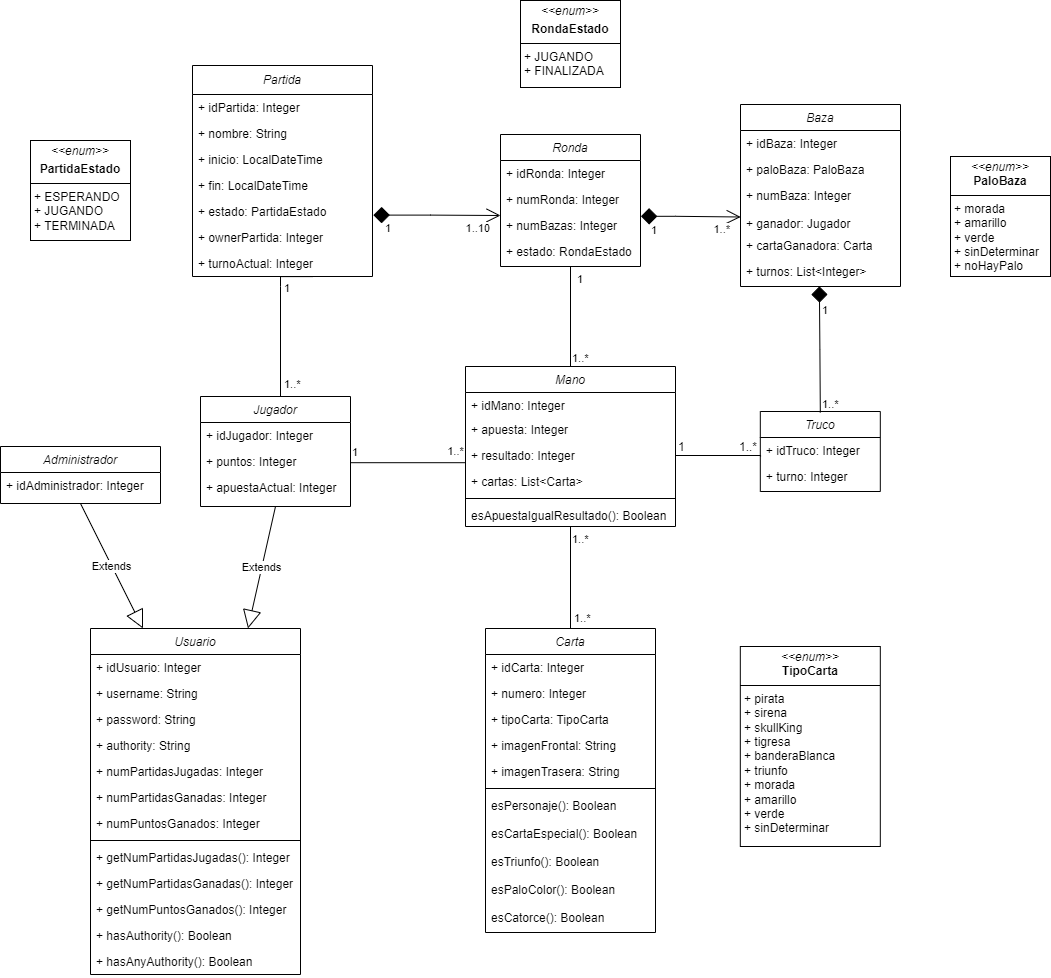
This is docs/diagrams/Diagrama_de_dominio_UML.png from Cristinafernandezchica/skullking, a draw.io export, as it was before one commit. Source tidied: cells renumbered, new cells last; positions are measured from the earlier drawing's top-left corner, leaving out a move shared by most shapes.
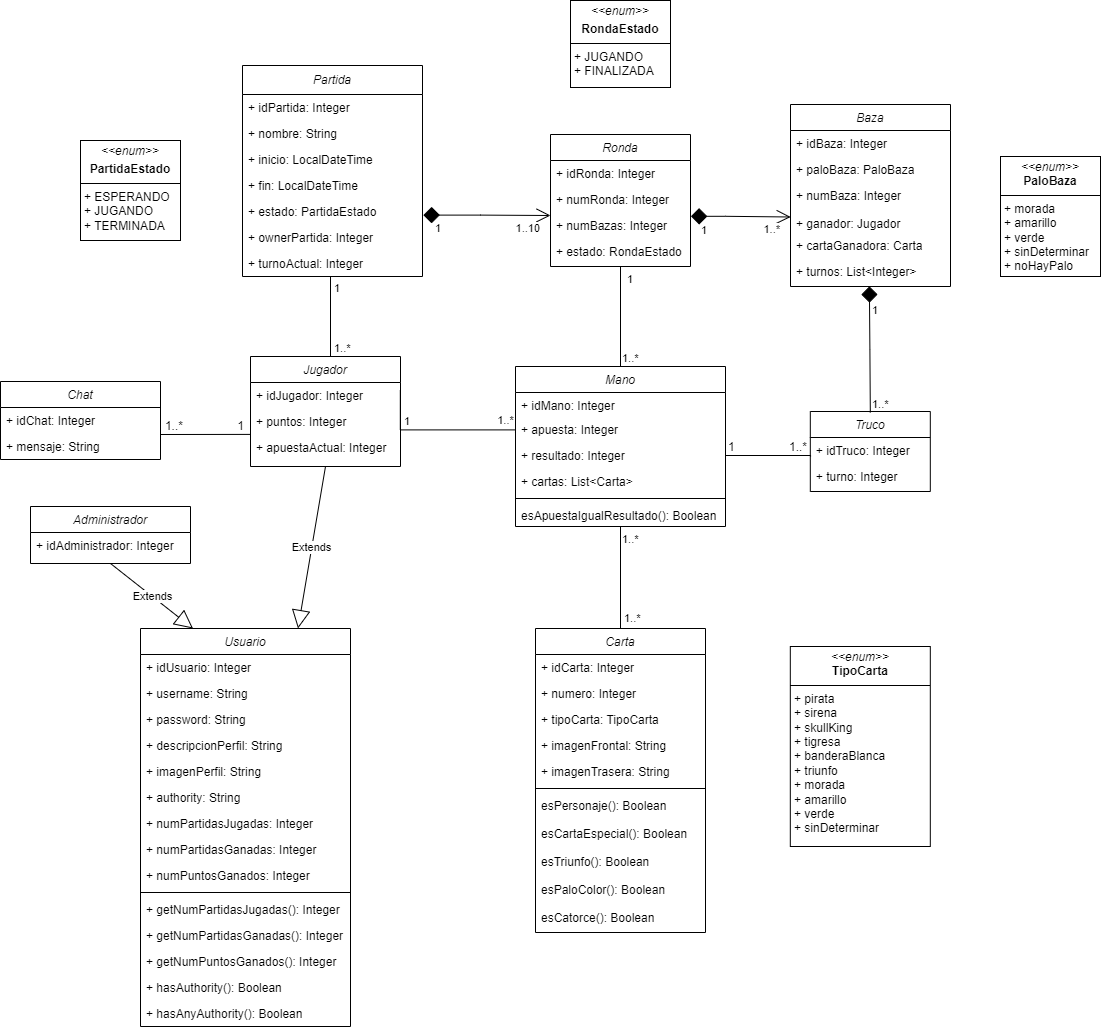
Above is the later version.

Change to the diagram source:
```diff
@@ -27,7 +27,7 @@
       <mxGeometry y="185" width="180" height="26" as="geometry" />
     </mxCell>
     <mxCell id="10" value="Jugador" style="swimlane;fontStyle=2;align=center;verticalAlign=top;horizontal=1;startSize=26;rounded=0;shadow=0;strokeWidth=1;" parent="1" vertex="1">
-      <mxGeometry x="200" y="396" width="150" height="110" as="geometry" />
+      <mxGeometry x="200" y="356" width="150" height="110" as="geometry" />
     </mxCell>
     <mxCell id="11" value="+ idJugador: Integer" style="text;align=left;verticalAlign=top;spacingLeft=4;spacingRight=4;overflow=hidden;" parent="10" vertex="1">
       <mxGeometry y="26" width="150" height="26" as="geometry" />
@@ -129,17 +129,19 @@
         <mxPoint x="-10" as="offset" />
       </mxGeometry>
     </mxCell>
-    <mxCell id="37" style="endArrow=none;endFill=0;html=1;edgeStyle=orthogonalEdgeStyle;align=left;verticalAlign=top;rounded=0;exitX=0.75;exitY=0.964;exitDx=0;exitDy=0;entryX=0.999;entryY=0.546;entryDx=0;entryDy=0;entryPerimeter=0;exitPerimeter=0;" parent="1" edge="1" source="87" target="12">
+    <mxCell id="37" style="endArrow=none;endFill=0;html=1;edgeStyle=orthogonalEdgeStyle;align=left;verticalAlign=top;rounded=0;exitX=0.75;exitY=0.964;exitDx=0;exitDy=0;entryX=0.999;entryY=0.546;entryDx=0;entryDy=0;entryPerimeter=0;exitPerimeter=0;" parent="1" edge="1">
       <mxGeometry x="-0.8" y="11" relative="1" as="geometry">
+        <mxPoint x="465" y="432.4" as="sourcePoint" />
+        <mxPoint x="349.8" y="389.6" as="targetPoint" />
         <Array as="points">
-          <mxPoint x="465" y="462" />
-          <mxPoint x="350" y="462" />
+          <mxPoint x="465" y="429.4" />
+          <mxPoint x="350" y="429.4" />
         </Array>
       </mxGeometry>
     </mxCell>
     <mxCell id="38" value="1" style="edgeLabel;html=1;align=left;verticalAlign=bottom;" parent="37" vertex="1">
       <mxGeometry x="-1" relative="1" as="geometry">
-        <mxPoint x="-115" y="-5" as="offset" />
+        <mxPoint x="-113" y="-3" as="offset" />
       </mxGeometry>
     </mxCell>
     <mxCell id="39" value="Mano" style="swimlane;fontStyle=2;align=center;verticalAlign=top;horizontal=1;startSize=26;rounded=0;shadow=0;strokeWidth=1;" parent="1" vertex="1">
@@ -234,22 +236,21 @@
         <mxPoint y="100" as="offset" />
       </mxGeometry>
     </mxCell>
-    <mxCell id="65" style="endArrow=none;endFill=0;html=1;edgeStyle=orthogonalEdgeStyle;align=left;verticalAlign=top;rounded=0;entryX=0.5;entryY=0;entryDx=0;entryDy=0;exitX=0.665;exitY=1.004;exitDx=0;exitDy=0;exitPerimeter=0;" parent="1" edge="1" source="9" target="10">
+    <mxCell id="65" style="endArrow=none;endFill=0;html=1;edgeStyle=orthogonalEdgeStyle;align=left;verticalAlign=top;rounded=0;entryX=0.5;entryY=0;entryDx=0;entryDy=0;" parent="1" edge="1" target="10">
       <mxGeometry x="-0.68" y="10" relative="1" as="geometry">
+        <mxPoint x="280" y="276" as="sourcePoint" />
         <Array as="points">
-          <mxPoint x="280" y="286" />
-          <mxPoint x="280" y="286" />
-          <mxPoint x="280" y="396" />
+          <mxPoint x="280" y="356" />
         </Array>
       </mxGeometry>
     </mxCell>
     <mxCell id="66" value="1..*" style="edgeLabel;html=1;align=left;verticalAlign=bottom;" parent="65" vertex="1">
       <mxGeometry x="-1" relative="1" as="geometry">
-        <mxPoint x="-30" y="116" as="offset" />
+        <mxPoint x="2" y="80" as="offset" />
       </mxGeometry>
     </mxCell>
     <mxCell id="67" value="Usuario" style="swimlane;fontStyle=2;align=center;verticalAlign=top;horizontal=1;startSize=26;rounded=0;shadow=0;strokeWidth=1;" parent="1" vertex="1">
-      <mxGeometry x="90" y="628" width="210" height="346" as="geometry" />
+      <mxGeometry x="90" y="628" width="210" height="398" as="geometry" />
     </mxCell>
     <mxCell id="68" value="+ idUsuario: Integer" style="text;align=left;verticalAlign=top;spacingLeft=4;spacingRight=4;overflow=hidden;" parent="67" vertex="1">
       <mxGeometry y="26" width="210" height="26" as="geometry" />
@@ -260,41 +261,47 @@
     <mxCell id="70" value="+ password: String" style="text;align=left;verticalAlign=top;spacingLeft=4;spacingRight=4;overflow=hidden;rounded=0;shadow=0;html=0;" parent="67" vertex="1">
       <mxGeometry y="78" width="210" height="26" as="geometry" />
     </mxCell>
+    <mxCell id="91" value="+ descripcionPerfil: String" style="text;align=left;verticalAlign=top;spacingLeft=4;spacingRight=4;overflow=hidden;rounded=0;shadow=0;html=0;" parent="67" vertex="1">
+      <mxGeometry y="104" width="210" height="26" as="geometry" />
+    </mxCell>
+    <mxCell id="92" value="+ imagenPerfil: String" style="text;align=left;verticalAlign=top;spacingLeft=4;spacingRight=4;overflow=hidden;rounded=0;shadow=0;html=0;" parent="67" vertex="1">
+      <mxGeometry y="130" width="210" height="26" as="geometry" />
+    </mxCell>
     <mxCell id="71" value="+ authority: String" style="text;align=left;verticalAlign=top;spacingLeft=4;spacingRight=4;overflow=hidden;rounded=0;shadow=0;html=0;" parent="67" vertex="1">
-      <mxGeometry y="104" width="210" height="26" as="geometry" />
+      <mxGeometry y="156" width="210" height="26" as="geometry" />
     </mxCell>
     <mxCell id="72" value="+ numPartidasJugadas: Integer" style="text;align=left;verticalAlign=top;spacingLeft=4;spacingRight=4;overflow=hidden;rounded=0;shadow=0;html=0;" parent="67" vertex="1">
-      <mxGeometry y="130" width="210" height="26" as="geometry" />
+      <mxGeometry y="182" width="210" height="26" as="geometry" />
     </mxCell>
     <mxCell id="73" value="+ numPartidasGanadas: Integer" style="text;align=left;verticalAlign=top;spacingLeft=4;spacingRight=4;overflow=hidden;rounded=0;shadow=0;html=0;" parent="67" vertex="1">
-      <mxGeometry y="156" width="210" height="26" as="geometry" />
+      <mxGeometry y="208" width="210" height="26" as="geometry" />
     </mxCell>
     <mxCell id="74" value="+ numPuntosGanados: Integer" style="text;align=left;verticalAlign=top;spacingLeft=4;spacingRight=4;overflow=hidden;rounded=0;shadow=0;html=0;" parent="67" vertex="1">
-      <mxGeometry y="182" width="210" height="26" as="geometry" />
+      <mxGeometry y="234" width="210" height="26" as="geometry" />
     </mxCell>
     <mxCell id="75" style="line;html=1;strokeWidth=1;align=left;verticalAlign=middle;spacingTop=-1;spacingLeft=3;spacingRight=3;labelPosition=right;" parent="67" vertex="1">
-      <mxGeometry y="208" width="210" height="8" as="geometry" />
+      <mxGeometry y="260" width="210" height="8" as="geometry" />
     </mxCell>
     <mxCell id="76" value="+ getNumPartidasJugadas(): Integer" style="text;align=left;verticalAlign=top;spacingLeft=4;spacingRight=4;overflow=hidden;rounded=0;shadow=0;html=0;" parent="67" vertex="1">
-      <mxGeometry y="216" width="210" height="26" as="geometry" />
+      <mxGeometry y="268" width="210" height="26" as="geometry" />
     </mxCell>
     <mxCell id="77" value="+ getNumPartidasGanadas(): Integer" style="text;align=left;verticalAlign=top;spacingLeft=4;spacingRight=4;overflow=hidden;rounded=0;shadow=0;html=0;" parent="67" vertex="1">
-      <mxGeometry y="242" width="210" height="26" as="geometry" />
+      <mxGeometry y="294" width="210" height="26" as="geometry" />
     </mxCell>
     <mxCell id="78" value="+ getNumPuntosGanados(): Integer" style="text;align=left;verticalAlign=top;spacingLeft=4;spacingRight=4;overflow=hidden;rounded=0;shadow=0;html=0;" parent="67" vertex="1">
-      <mxGeometry y="268" width="210" height="26" as="geometry" />
+      <mxGeometry y="320" width="210" height="26" as="geometry" />
     </mxCell>
     <mxCell id="79" value="+ hasAuthority(): Boolean" style="text;align=left;verticalAlign=top;spacingLeft=4;spacingRight=4;overflow=hidden;rounded=0;shadow=0;html=0;" parent="67" vertex="1">
-      <mxGeometry y="294" width="210" height="26" as="geometry" />
+      <mxGeometry y="346" width="210" height="26" as="geometry" />
     </mxCell>
     <mxCell id="80" value="+ hasAnyAuthority(): Boolean" style="text;align=left;verticalAlign=top;spacingLeft=4;spacingRight=4;overflow=hidden;rounded=0;shadow=0;html=0;" parent="67" vertex="1">
-      <mxGeometry y="320" width="210" height="26" as="geometry" />
+      <mxGeometry y="372" width="210" height="26" as="geometry" />
     </mxCell>
     <mxCell id="81" value="&lt;p style=&quot;margin:0px;margin-top:4px;text-align:center;&quot;&gt;&lt;i&gt;&amp;lt;&amp;lt;enum&amp;gt;&amp;gt;&lt;/i&gt;&lt;br&gt;&lt;span style=&quot;text-align: left; text-wrap: nowrap;&quot;&gt;&lt;b&gt;TipoCarta&lt;/b&gt;&lt;/span&gt;&lt;br&gt;&lt;/p&gt;&lt;hr size=&quot;1&quot; style=&quot;border-style:solid;&quot;&gt;&lt;p style=&quot;margin:0px;margin-left:4px;&quot;&gt;+ pirata&lt;/p&gt;&lt;p style=&quot;margin:0px;margin-left:4px;&quot;&gt;+ sirena&lt;/p&gt;&lt;p style=&quot;margin:0px;margin-left:4px;&quot;&gt;+ skullKing&lt;/p&gt;&lt;p style=&quot;margin:0px;margin-left:4px;&quot;&gt;+ tigresa&lt;/p&gt;&lt;p style=&quot;margin:0px;margin-left:4px;&quot;&gt;+ banderaBlanca&lt;/p&gt;&lt;p style=&quot;margin:0px;margin-left:4px;&quot;&gt;+ triunfo&lt;/p&gt;&lt;p style=&quot;margin:0px;margin-left:4px;&quot;&gt;+ morada&lt;/p&gt;&lt;p style=&quot;margin:0px;margin-left:4px;&quot;&gt;+ amarillo&lt;/p&gt;&lt;p style=&quot;margin:0px;margin-left:4px;&quot;&gt;+ verde&lt;/p&gt;&lt;p style=&quot;margin:0px;margin-left:4px;&quot;&gt;+ sinDeterminar&lt;/p&gt;" style="verticalAlign=top;align=left;overflow=fill;html=1;whiteSpace=wrap;" parent="1" vertex="1">
       <mxGeometry x="739.8" y="646" width="140" height="200" as="geometry" />
     </mxCell>
     <mxCell id="82" value="Administrador" style="swimlane;fontStyle=2;align=center;verticalAlign=top;horizontal=1;startSize=26;rounded=0;shadow=0;strokeWidth=1;" parent="1" vertex="1">
-      <mxGeometry y="446" width="160" height="57" as="geometry" />
+      <mxGeometry x="-20" y="506" width="160" height="57" as="geometry" />
     </mxCell>
     <mxCell id="83" value="+ idAdministrador: Integer" style="text;align=left;verticalAlign=top;spacingLeft=4;spacingRight=4;overflow=hidden;" parent="82" vertex="1">
       <mxGeometry y="26" width="160" height="26" as="geometry" />
@@ -309,7 +316,7 @@
       <mxGeometry x="30" y="140" width="100" height="100" as="geometry" />
     </mxCell>
     <mxCell id="87" value="&lt;font style=&quot;font-size: 11px;&quot;&gt;1..*&lt;/font&gt;" style="text;html=1;align=center;verticalAlign=middle;points=[];strokeColor=none;fillColor=none;spacingBottom=0;" parent="1" vertex="1">
-      <mxGeometry x="435" y="436" width="40" height="30" as="geometry" />
+      <mxGeometry x="435" y="405" width="40" height="30" as="geometry" />
     </mxCell>
     <mxCell id="88" value="&lt;p style=&quot;margin:0px;margin-top:4px;text-align:center;&quot;&gt;&lt;i&gt;&amp;lt;&amp;lt;enum&amp;gt;&amp;gt;&lt;/i&gt;&lt;/p&gt;&lt;p style=&quot;margin:0px;margin-top:4px;text-align:center;&quot;&gt;&lt;b style=&quot;background-color: initial; text-wrap-mode: nowrap; text-align: left;&quot;&gt;RondaEstado&lt;/b&gt;&lt;/p&gt;&lt;hr size=&quot;1&quot; style=&quot;border-style:solid;&quot;&gt;&lt;p style=&quot;margin:0px;margin-left:4px;&quot;&gt;&lt;span style=&quot;background-color: initial;&quot;&gt;+ JUGANDO&lt;/span&gt;&lt;br&gt;&lt;/p&gt;&lt;p style=&quot;margin:0px;margin-left:4px;&quot;&gt;+ FINALIZADA&lt;/p&gt;" style="verticalAlign=top;align=left;overflow=fill;html=1;whiteSpace=wrap;" parent="1" vertex="1">
       <mxGeometry x="520" width="100" height="87" as="geometry" />
@@ -320,5 +327,33 @@
     <mxCell id="90" value="&lt;p style=&quot;margin:0px;margin-top:4px;text-align:center;&quot;&gt;&lt;i&gt;&amp;lt;&amp;lt;enum&amp;gt;&amp;gt;&lt;/i&gt;&lt;br&gt;&lt;span style=&quot;text-align: left; text-wrap: nowrap;&quot;&gt;&lt;b&gt;PaloBaza&lt;/b&gt;&lt;/span&gt;&lt;br&gt;&lt;/p&gt;&lt;hr size=&quot;1&quot; style=&quot;border-style:solid;&quot;&gt;&lt;p style=&quot;margin:0px;margin-left:4px;&quot;&gt;&lt;span style=&quot;background-color: initial;&quot;&gt;+ morada&lt;/span&gt;&lt;/p&gt;&lt;p style=&quot;margin:0px;margin-left:4px;&quot;&gt;+ amarillo&lt;/p&gt;&lt;p style=&quot;margin:0px;margin-left:4px;&quot;&gt;+ verde&lt;/p&gt;&lt;p style=&quot;margin:0px;margin-left:4px;&quot;&gt;+ sinDeterminar&lt;/p&gt;&lt;p style=&quot;margin:0px;margin-left:4px;&quot;&gt;+ noHayPalo&lt;/p&gt;" style="verticalAlign=top;align=left;overflow=fill;html=1;whiteSpace=wrap;" parent="1" vertex="1">
       <mxGeometry x="950" y="156" width="100" height="120" as="geometry" />
     </mxCell>
+    <mxCell id="93" value="Chat" style="swimlane;fontStyle=2;align=center;verticalAlign=top;horizontal=1;startSize=26;rounded=0;shadow=0;strokeWidth=1;" parent="1" vertex="1">
+      <mxGeometry x="-50" y="381" width="160" height="78" as="geometry" />
+    </mxCell>
+    <mxCell id="94" value="+ idChat: Integer" style="text;align=left;verticalAlign=top;spacingLeft=4;spacingRight=4;overflow=hidden;" parent="93" vertex="1">
+      <mxGeometry y="26" width="160" height="26" as="geometry" />
+    </mxCell>
+    <mxCell id="95" value="+ mensaje: String" style="text;align=left;verticalAlign=top;spacingLeft=4;spacingRight=4;overflow=hidden;" parent="93" vertex="1">
+      <mxGeometry y="52" width="160" height="26" as="geometry" />
+    </mxCell>
+    <mxCell id="96" style="endArrow=none;shadow=0;strokeWidth=1;rounded=0;curved=0;endFill=0;edgeStyle=elbowEdgeStyle;elbow=vertical;exitX=-0.001;exitY=-0.004;exitDx=0;exitDy=0;entryX=1;entryY=0.5;entryDx=0;entryDy=0;exitPerimeter=0;" parent="1" edge="1" source="13">
+      <mxGeometry x="0.5" y="41" relative="1" as="geometry">
+        <mxPoint x="110" y="390" as="targetPoint" />
+        <Array as="points">
+          <mxPoint x="115" y="434" />
+        </Array>
+        <mxPoint x="-40" y="32" as="offset" />
+      </mxGeometry>
+    </mxCell>
+    <mxCell id="97" value="1..*" style="align=left;verticalAlign=bottom;labelBackgroundColor=none;fontSize=12;" parent="96" vertex="1">
+      <mxGeometry x="-1" relative="1" as="geometry">
+        <mxPoint x="-87" as="offset" />
+      </mxGeometry>
+    </mxCell>
+    <mxCell id="98" value="1" style="align=right;verticalAlign=bottom;labelBackgroundColor=none;fontSize=12;" parent="96" vertex="1">
+      <mxGeometry x="1" relative="1" as="geometry">
+        <mxPoint x="85" y="44" as="offset" />
+      </mxGeometry>
+    </mxCell>
   </root>
 </mxGraphModel>
```
